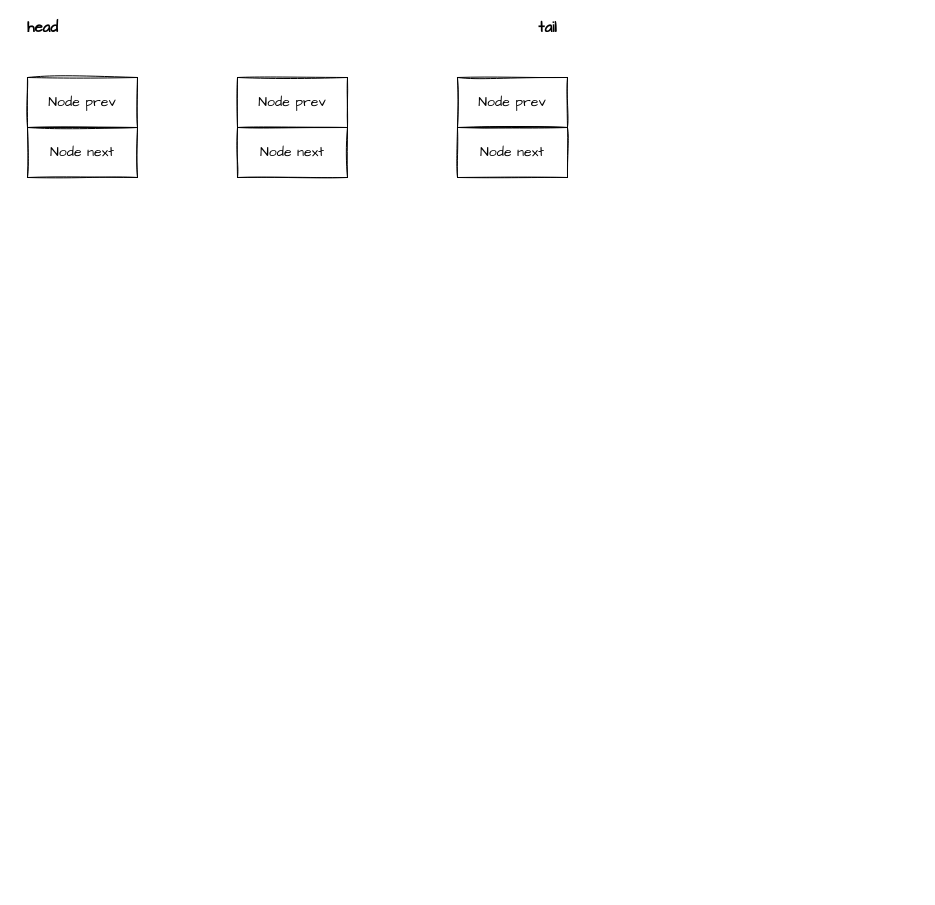
Before: page "CAS\AQS" (3 of 8) of Drawio/Java.drawio in xinzhuxiansheng/blog-notes, a draw.io diagram. Source tidied: cells renumbered, new cells numbered last; positions are measured from the earlier drawing's top-left corner, leaving out a move shared by most shapes. Both pictures are drawn from the tidied source at 100%, with x=0, y=0 at pixel (17, 17).
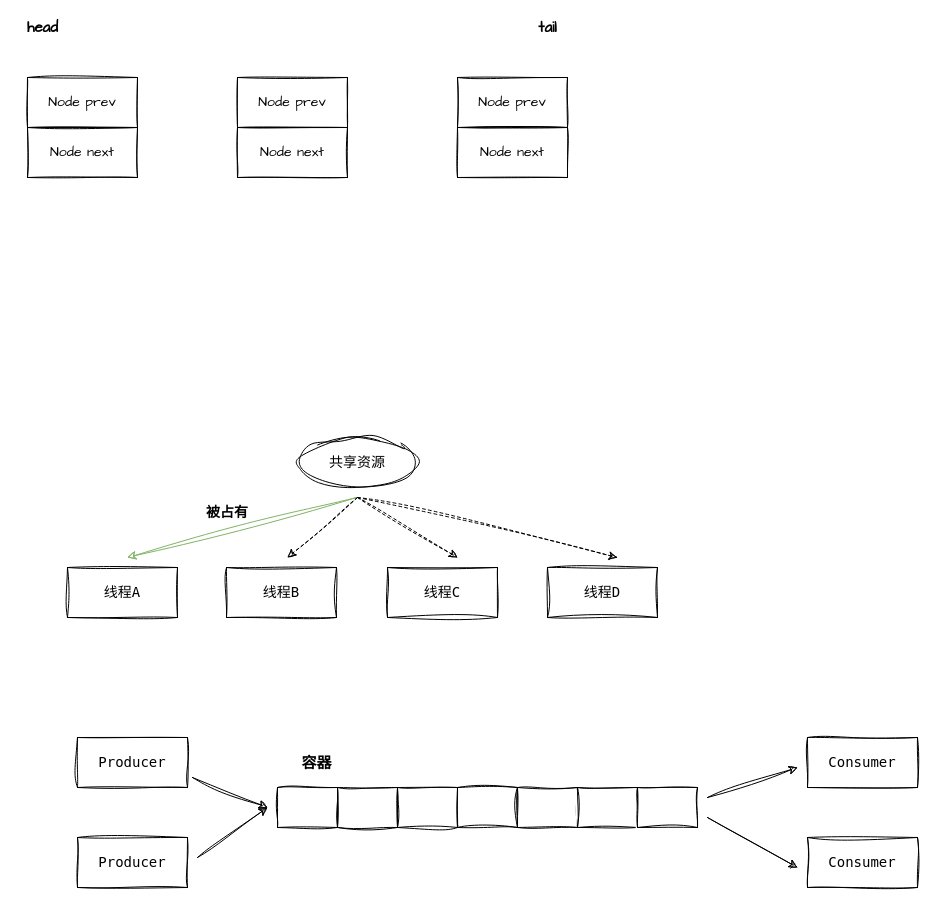
The same page after the edit.

Diff of the diagram source:
```diff
@@
+    <mxCell id="10" value="线程A" style="rounded=0;whiteSpace=wrap;html=1;sketch=1;curveFitting=1;jiggle=2;fontFamily=Lucida Console;fontSize=14;" parent="1" vertex="1">
+      <mxGeometry x="50" y="550" width="110" height="50" as="geometry" />
+    </mxCell>
+    <mxCell id="11" value="线程B" style="rounded=0;whiteSpace=wrap;html=1;sketch=1;curveFitting=1;jiggle=2;fontFamily=Lucida Console;fontSize=14;" parent="1" vertex="1">
+      <mxGeometry x="209" y="550" width="110" height="50" as="geometry" />
+    </mxCell>
+    <mxCell id="12" value="线程C" style="rounded=0;whiteSpace=wrap;html=1;sketch=1;curveFitting=1;jiggle=2;fontFamily=Lucida Console;fontSize=14;" parent="1" vertex="1">
+      <mxGeometry x="370" y="550" width="110" height="50" as="geometry" />
+    </mxCell>
+    <mxCell id="13" value="线程D" style="rounded=0;whiteSpace=wrap;html=1;sketch=1;curveFitting=1;jiggle=2;fontFamily=Lucida Console;fontSize=14;" parent="1" vertex="1">
+      <mxGeometry x="530" y="550" width="110" height="50" as="geometry" />
+    </mxCell>
+    <mxCell id="14" value="共享资源" style="ellipse;whiteSpace=wrap;html=1;sketch=1;curveFitting=1;jiggle=2;fontFamily=Lucida Console;fontSize=14;" parent="1" vertex="1">
+      <mxGeometry x="280" y="420" width="120" height="50" as="geometry" />
+    </mxCell>
+    <mxCell id="15" style="endArrow=classic;html=1;rounded=0;sketch=1;curveFitting=1;jiggle=2;fontFamily=Lucida Console;fontSize=14;fillColor=#d5e8d4;strokeColor=#82b366;" parent="1" edge="1">
+      <mxGeometry relative="1" as="geometry">
+        <mxPoint x="339" y="480" as="sourcePoint" />
+        <mxPoint x="110" y="540" as="targetPoint" />
+      </mxGeometry>
+    </mxCell>
+    <mxCell id="16" style="endArrow=classic;html=1;rounded=0;dashed=1;sketch=1;curveFitting=1;jiggle=2;fontFamily=Lucida Console;fontSize=14;" parent="1" edge="1">
+      <mxGeometry relative="1" as="geometry">
+        <mxPoint x="340" y="480" as="sourcePoint" />
+        <mxPoint x="270" y="540" as="targetPoint" />
+      </mxGeometry>
+    </mxCell>
+    <mxCell id="17" style="endArrow=classic;html=1;rounded=0;dashed=1;sketch=1;curveFitting=1;jiggle=2;fontFamily=Lucida Console;fontSize=14;" parent="1" edge="1">
+      <mxGeometry relative="1" as="geometry">
+        <mxPoint x="340" y="480" as="sourcePoint" />
+        <mxPoint x="440" y="540" as="targetPoint" />
+      </mxGeometry>
+    </mxCell>
+    <mxCell id="18" style="endArrow=classic;html=1;rounded=0;dashed=1;sketch=1;curveFitting=1;jiggle=2;fontFamily=Lucida Console;fontSize=14;" parent="1" edge="1">
+      <mxGeometry relative="1" as="geometry">
+        <mxPoint x="340" y="480" as="sourcePoint" />
+        <mxPoint x="600" y="540" as="targetPoint" />
+      </mxGeometry>
+    </mxCell>
+    <mxCell id="19" value="被占有" style="text;html=1;strokeColor=none;fillColor=none;align=center;verticalAlign=middle;whiteSpace=wrap;rounded=0;sketch=1;curveFitting=1;jiggle=2;fontFamily=Lucida Console;fontSize=14;fontStyle=1;" parent="1" vertex="1">
+      <mxGeometry x="180" y="480" width="60" height="30" as="geometry" />
+    </mxCell>
+    <mxCell id="20" style="rounded=0;whiteSpace=wrap;html=1;sketch=1;curveFitting=1;jiggle=2;fontFamily=Lucida Console;fontSize=14;" parent="1" vertex="1">
+      <mxGeometry x="260" y="770" width="60" height="40" as="geometry" />
+    </mxCell>
+    <mxCell id="21" style="rounded=0;whiteSpace=wrap;html=1;sketch=1;curveFitting=1;jiggle=2;fontFamily=Lucida Console;fontSize=14;" parent="1" vertex="1">
+      <mxGeometry x="320" y="770" width="60" height="40" as="geometry" />
+    </mxCell>
+    <mxCell id="22" style="rounded=0;whiteSpace=wrap;html=1;sketch=1;curveFitting=1;jiggle=2;fontFamily=Lucida Console;fontSize=14;" parent="1" vertex="1">
+      <mxGeometry x="380" y="770" width="60" height="40" as="geometry" />
+    </mxCell>
+    <mxCell id="23" style="rounded=0;whiteSpace=wrap;html=1;sketch=1;curveFitting=1;jiggle=2;fontFamily=Lucida Console;fontSize=14;" parent="1" vertex="1">
+      <mxGeometry x="440" y="770" width="60" height="40" as="geometry" />
+    </mxCell>
+    <mxCell id="24" style="rounded=0;whiteSpace=wrap;html=1;sketch=1;curveFitting=1;jiggle=2;fontFamily=Lucida Console;fontSize=14;" parent="1" vertex="1">
+      <mxGeometry x="500" y="770" width="60" height="40" as="geometry" />
+    </mxCell>
+    <mxCell id="25" style="rounded=0;whiteSpace=wrap;html=1;sketch=1;curveFitting=1;jiggle=2;fontFamily=Lucida Console;fontSize=14;" parent="1" vertex="1">
+      <mxGeometry x="560" y="770" width="60" height="40" as="geometry" />
+    </mxCell>
+    <mxCell id="26" style="rounded=0;whiteSpace=wrap;html=1;sketch=1;curveFitting=1;jiggle=2;fontFamily=Lucida Console;fontSize=14;" parent="1" vertex="1">
+      <mxGeometry x="620" y="770" width="60" height="40" as="geometry" />
+    </mxCell>
+    <mxCell id="27" value="Producer" style="rounded=0;whiteSpace=wrap;html=1;sketch=1;curveFitting=1;jiggle=2;fontFamily=Lucida Console;fontSize=14;" parent="1" vertex="1">
+      <mxGeometry x="60" y="720" width="110" height="50" as="geometry" />
+    </mxCell>
+    <mxCell id="28" value="Consumer" style="rounded=0;whiteSpace=wrap;html=1;sketch=1;curveFitting=1;jiggle=2;fontFamily=Lucida Console;fontSize=14;" parent="1" vertex="1">
+      <mxGeometry x="790" y="720" width="110" height="50" as="geometry" />
+    </mxCell>
+    <mxCell id="29" value="Consumer" style="rounded=0;whiteSpace=wrap;html=1;sketch=1;curveFitting=1;jiggle=2;fontFamily=Lucida Console;fontSize=14;" parent="1" vertex="1">
+      <mxGeometry x="790" y="820" width="110" height="50" as="geometry" />
+    </mxCell>
+    <mxCell id="30" value="Producer" style="rounded=0;whiteSpace=wrap;html=1;sketch=1;curveFitting=1;jiggle=2;fontFamily=Lucida Console;fontSize=14;" parent="1" vertex="1">
+      <mxGeometry x="60" y="820" width="110" height="50" as="geometry" />
+    </mxCell>
+    <mxCell id="31" style="endArrow=classic;html=1;rounded=0;sketch=1;curveFitting=1;jiggle=2;fontFamily=Lucida Console;fontSize=14;" parent="1" edge="1">
+      <mxGeometry relative="1" as="geometry">
+        <mxPoint x="175" y="760" as="sourcePoint" />
+        <mxPoint x="250" y="790" as="targetPoint" />
+      </mxGeometry>
+    </mxCell>
+    <mxCell id="32" style="endArrow=classic;html=1;rounded=0;sketch=1;curveFitting=1;jiggle=2;fontFamily=Lucida Console;fontSize=14;" parent="1" edge="1">
+      <mxGeometry relative="1" as="geometry">
+        <mxPoint x="690" y="800" as="sourcePoint" />
+        <mxPoint x="780" y="850" as="targetPoint" />
+      </mxGeometry>
+    </mxCell>
+    <mxCell id="33" style="endArrow=classic;html=1;rounded=0;sketch=1;curveFitting=1;jiggle=2;fontFamily=Lucida Console;fontSize=14;" parent="1" edge="1">
+      <mxGeometry relative="1" as="geometry">
+        <mxPoint x="180" y="840" as="sourcePoint" />
+        <mxPoint x="250" y="790" as="targetPoint" />
+      </mxGeometry>
+    </mxCell>
+    <mxCell id="34" style="endArrow=classic;html=1;rounded=0;sketch=1;curveFitting=1;jiggle=2;fontFamily=Lucida Console;fontSize=14;" parent="1" edge="1">
+      <mxGeometry relative="1" as="geometry">
+        <mxPoint x="690" y="780" as="sourcePoint" />
+        <mxPoint x="780" y="750" as="targetPoint" />
+      </mxGeometry>
+    </mxCell>
+    <mxCell id="35" value="容器" style="text;html=1;strokeColor=none;fillColor=none;align=center;verticalAlign=middle;whiteSpace=wrap;rounded=0;fontStyle=1;fontFamily=Lucida Console;fontSize=15;" parent="1" vertex="1">
+      <mxGeometry x="259" y="730" width="81" height="30" as="geometry" />
+    </mxCell>
```
